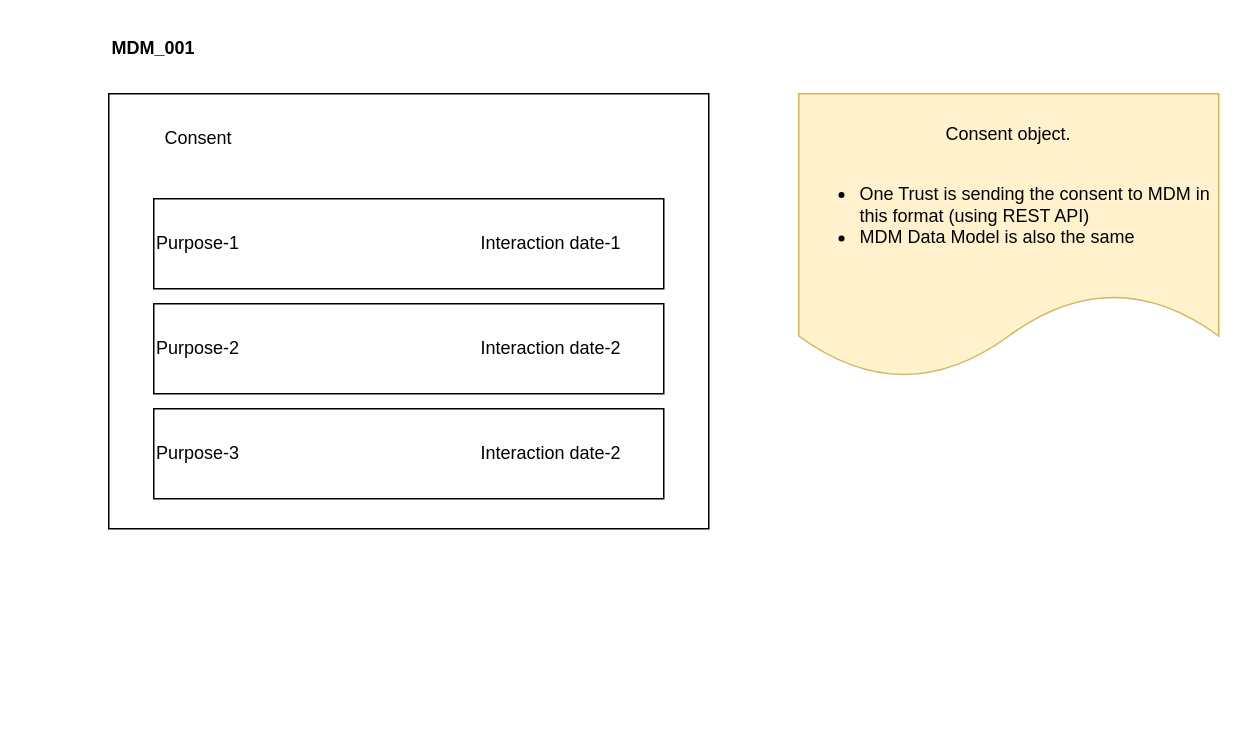
Earlier version of the draw.io diagram page "OT-MDM" (1 of 3) of TME-3.drawio (biswarup81/drawings). Source tidied: cells renumbered, new cells numbered last; positions are measured from the earlier drawing's top-left corner, leaving out a move shared by most shapes. Both pictures are drawn from the tidied source at 150%, with x=0, y=0 at pixel (108, 26).
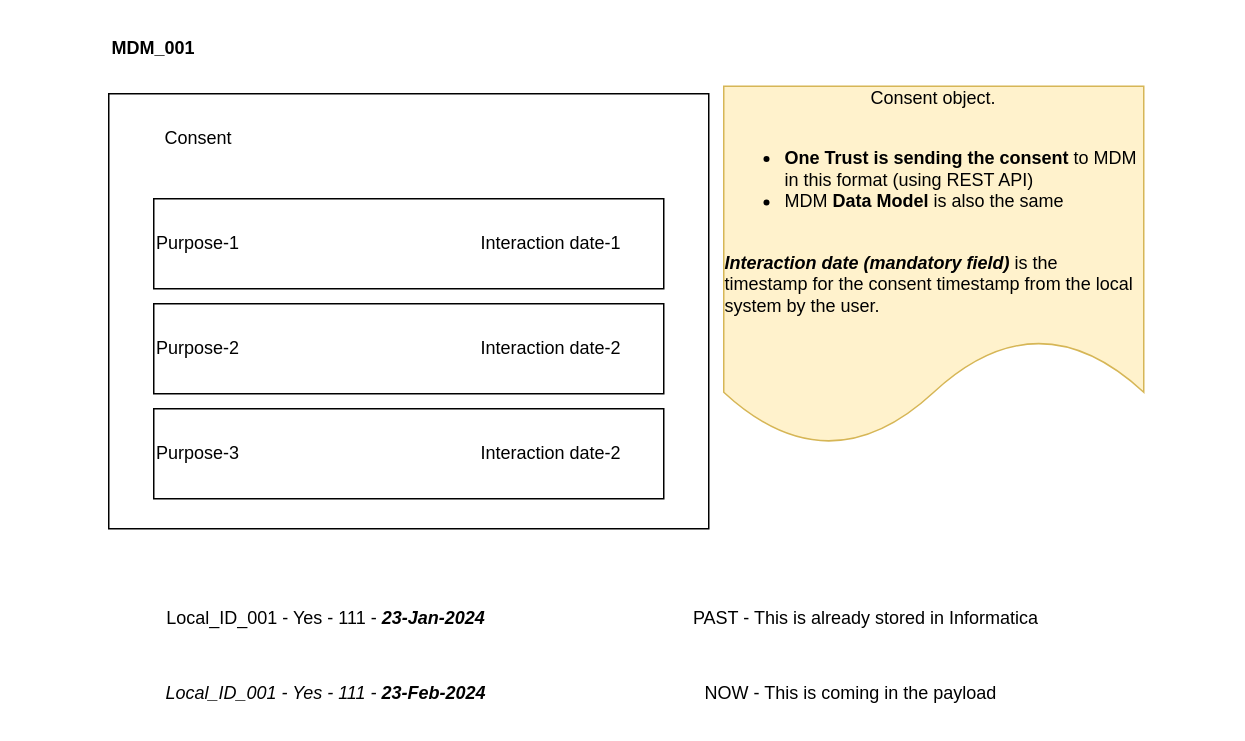
The same diagram, later.

The edit, as a diff of the source:
```diff
@@
 <mxGraphModel>
   <root>
     <mxCell id="0" />
     <mxCell id="1" parent="0" />
     <mxCell id="2" style="rounded=0;whiteSpace=wrap;html=1;" parent="1" vertex="1">
       <mxGeometry y="45" width="400" height="290" as="geometry" />
     </mxCell>
     <mxCell id="3" value="Consent" style="text;html=1;strokeColor=none;fillColor=none;align=center;verticalAlign=middle;whiteSpace=wrap;rounded=0;" parent="1" vertex="1">
       <mxGeometry x="30" y="60" width="60" height="30" as="geometry" />
     </mxCell>
     <mxCell id="4" value="Purpose-1" style="rounded=0;whiteSpace=wrap;html=1;align=left;" parent="1" vertex="1">
       <mxGeometry x="30" y="115" width="340" height="60" as="geometry" />
     </mxCell>
     <mxCell id="5" value="Purpose-2" style="rounded=0;whiteSpace=wrap;html=1;align=left;" parent="1" vertex="1">
       <mxGeometry x="30" y="185" width="340" height="60" as="geometry" />
     </mxCell>
     <mxCell id="6" value="Purpose-3" style="rounded=0;whiteSpace=wrap;html=1;align=left;" parent="1" vertex="1">
       <mxGeometry x="30" y="255" width="340" height="60" as="geometry" />
     </mxCell>
     <mxCell id="7" value="Interaction date-1" style="text;html=1;strokeColor=none;fillColor=none;align=center;verticalAlign=middle;whiteSpace=wrap;rounded=0;" parent="1" vertex="1">
       <mxGeometry x="240" y="130" width="110" height="30" as="geometry" />
     </mxCell>
     <mxCell id="8" value="Interaction date-2" style="text;html=1;strokeColor=none;fillColor=none;align=center;verticalAlign=middle;whiteSpace=wrap;rounded=0;" parent="1" vertex="1">
       <mxGeometry x="240" y="200" width="110" height="30" as="geometry" />
     </mxCell>
     <mxCell id="9" value="Interaction date-2" style="text;html=1;strokeColor=none;fillColor=none;align=center;verticalAlign=middle;whiteSpace=wrap;rounded=0;" parent="1" vertex="1">
       <mxGeometry x="240" y="270" width="110" height="30" as="geometry" />
     </mxCell>
-    <mxCell id="10" value="Consent object.&lt;br&gt;&lt;br&gt;&lt;div style=&quot;text-align: left;&quot;&gt;&lt;ul&gt;&lt;li&gt;&lt;span style=&quot;background-color: initial;&quot;&gt;One Trust is sending the consent to MDM in this format (using REST API)&lt;/span&gt;&lt;/li&gt;&lt;li&gt;&lt;span style=&quot;background-color: initial;&quot;&gt;MDM Data Model is also the same&lt;/span&gt;&lt;/li&gt;&lt;/ul&gt;&lt;/div&gt;" style="shape=document;whiteSpace=wrap;html=1;boundedLbl=1;fillColor=#fff2cc;strokeColor=#d6b656;" parent="1" vertex="1">
-      <mxGeometry x="460" y="45" width="280" height="190" as="geometry" />
+    <mxCell id="10" value="Consent object.&lt;br&gt;&lt;br&gt;&lt;div style=&quot;text-align: left;&quot;&gt;&lt;ul&gt;&lt;li&gt;&lt;span style=&quot;background-color: initial;&quot;&gt;&lt;b&gt;One Trust is sending the consent&lt;/b&gt; to MDM in this format (using REST API)&lt;/span&gt;&lt;/li&gt;&lt;li&gt;&lt;span style=&quot;background-color: initial;&quot;&gt;MDM &lt;b&gt;Data Model&lt;/b&gt; is also the same&lt;/span&gt;&lt;/li&gt;&lt;/ul&gt;&lt;div&gt;&lt;br&gt;&lt;/div&gt;&lt;div&gt;&lt;b&gt;&lt;i&gt;Interaction date (mandatory field)&lt;/i&gt;&amp;nbsp;&lt;/b&gt;is the timestamp for the consent timestamp from the local system by the user.&lt;/div&gt;&lt;div&gt;&lt;br&gt;&lt;/div&gt;&lt;/div&gt;" style="shape=document;whiteSpace=wrap;html=1;boundedLbl=1;fillColor=#fff2cc;strokeColor=#d6b656;" parent="1" vertex="1">
+      <mxGeometry x="410" y="40" width="280" height="240" as="geometry" />
     </mxCell>
     <mxCell id="11" value="MDM_001" style="text;html=1;strokeColor=none;fillColor=none;align=center;verticalAlign=middle;whiteSpace=wrap;rounded=0;fontStyle=1;" parent="1" vertex="1">
       <mxGeometry width="60" height="30" as="geometry" />
     </mxCell>
+    <mxCell id="12" value="Local_ID_001 - Yes - 111 - &lt;i&gt;&lt;b&gt;23-Jan-2024&lt;/b&gt;&lt;/i&gt;" style="text;html=1;align=center;verticalAlign=middle;whiteSpace=wrap;rounded=0;fontStyle=0;" parent="1" vertex="1">
+      <mxGeometry x="-55" y="380" width="400" height="30" as="geometry" />
+    </mxCell>
+    <mxCell id="13" value="Local_ID_001 - Yes - 111 - &lt;b&gt;23-Feb-2024&lt;/b&gt;" style="text;html=1;align=center;verticalAlign=middle;whiteSpace=wrap;rounded=0;fontStyle=2;" parent="1" vertex="1">
+      <mxGeometry x="-55" y="430" width="400" height="30" as="geometry" />
+    </mxCell>
+    <mxCell id="14" value="PAST - This is already stored in Informatica" style="text;html=1;align=center;verticalAlign=middle;whiteSpace=wrap;rounded=0;" parent="1" vertex="1">
+      <mxGeometry x="365" y="380" width="280" height="30" as="geometry" />
+    </mxCell>
+    <mxCell id="15" value="NOW - This is coming in the payload" style="text;html=1;align=center;verticalAlign=middle;whiteSpace=wrap;rounded=0;" parent="1" vertex="1">
+      <mxGeometry x="365" y="430" width="260" height="30" as="geometry" />
+    </mxCell>
   </root>
 </mxGraphModel>
```
